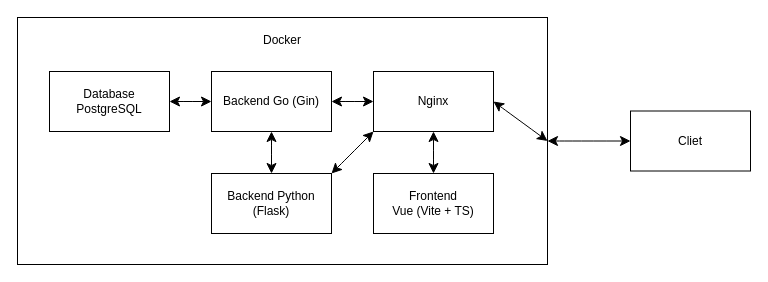
This is docs/Диаграмма компонентов.drawio from LiveisFpv/Go-web, a draw.io file, before an edit. Source tidied: cells renumbered, new cells numbered last; positions are measured from the earlier drawing's top-left corner, leaving out a move shared by most shapes. Both pictures are drawn from the tidied source at 100%, with x=0, y=0 at pixel (17, 17).
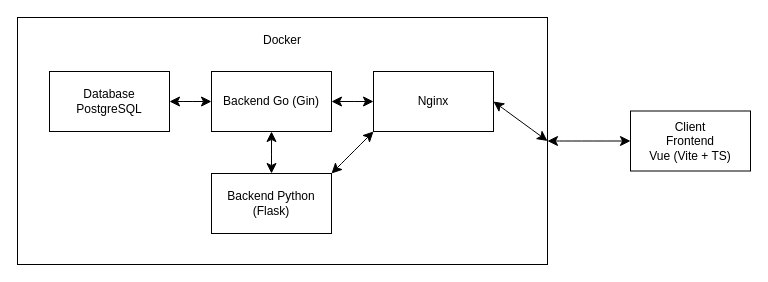
After the change.

Change to the diagram source:
```diff
@@
 <mxGraphModel>
   <root>
     <mxCell id="0" />
     <mxCell id="1" parent="0" />
     <mxCell id="2" style="rounded=0;whiteSpace=wrap;html=1;" parent="1" vertex="1">
       <mxGeometry width="530" height="247" as="geometry" />
     </mxCell>
     <mxCell id="3" value="Database&lt;br&gt;PostgreSQL" style="rounded=0;whiteSpace=wrap;html=1;" parent="1" vertex="1">
       <mxGeometry x="32" y="54" width="120" height="60" as="geometry" />
     </mxCell>
     <mxCell id="4" value="Backend Go (Gin)" style="rounded=0;whiteSpace=wrap;html=1;" parent="1" vertex="1">
       <mxGeometry x="194" y="54" width="120" height="60" as="geometry" />
     </mxCell>
     <mxCell id="5" value="Backend Python (Flask)" style="rounded=0;whiteSpace=wrap;html=1;" parent="1" vertex="1">
       <mxGeometry x="194" y="156" width="120" height="60" as="geometry" />
     </mxCell>
     <mxCell id="6" style="endArrow=classic;startArrow=classic;html=1;rounded=0;fontSize=12;startSize=8;endSize=8;curved=1;exitX=1;exitY=0.5;exitDx=0;exitDy=0;entryX=0;entryY=0.5;entryDx=0;entryDy=0;" parent="1" edge="1" source="3" target="4">
       <mxGeometry relative="1" as="geometry" />
     </mxCell>
     <mxCell id="7" style="endArrow=classic;startArrow=classic;html=1;rounded=0;fontSize=12;startSize=8;endSize=8;curved=1;exitX=0.5;exitY=1;exitDx=0;exitDy=0;entryX=0.5;entryY=0;entryDx=0;entryDy=0;" parent="1" edge="1" source="4" target="5">
       <mxGeometry relative="1" as="geometry" />
     </mxCell>
     <mxCell id="8" value="Nginx" style="rounded=0;whiteSpace=wrap;html=1;" parent="1" vertex="1">
       <mxGeometry x="356" y="54" width="120" height="60" as="geometry" />
     </mxCell>
     <mxCell id="9" style="endArrow=classic;startArrow=classic;html=1;rounded=0;fontSize=12;startSize=8;endSize=8;curved=1;exitX=1;exitY=0.5;exitDx=0;exitDy=0;entryX=0;entryY=0.5;entryDx=0;entryDy=0;" parent="1" edge="1" source="4" target="8">
       <mxGeometry relative="1" as="geometry" />
     </mxCell>
     <mxCell id="10" style="endArrow=classic;startArrow=classic;html=1;rounded=0;fontSize=12;startSize=8;endSize=8;curved=1;exitX=1;exitY=0;exitDx=0;exitDy=0;entryX=0;entryY=1;entryDx=0;entryDy=0;" parent="1" edge="1" source="5" target="8">
       <mxGeometry relative="1" as="geometry" />
     </mxCell>
-    <mxCell id="11" value="Frontend&lt;div&gt;Vue (Vite + TS)&lt;/div&gt;" style="rounded=0;whiteSpace=wrap;html=1;" parent="1" vertex="1">
-      <mxGeometry x="356" y="156" width="120" height="60" as="geometry" />
-    </mxCell>
-    <mxCell id="12" style="endArrow=classic;startArrow=classic;html=1;rounded=0;fontSize=12;startSize=8;endSize=8;curved=1;exitX=0.5;exitY=0;exitDx=0;exitDy=0;entryX=0.5;entryY=1;entryDx=0;entryDy=0;" parent="1" edge="1" source="11" target="8">
-      <mxGeometry relative="1" as="geometry" />
-    </mxCell>
     <mxCell id="13" value="Docker" style="text;html=1;align=center;verticalAlign=middle;whiteSpace=wrap;rounded=0;" parent="1" vertex="1">
       <mxGeometry x="235" y="8" width="60" height="30" as="geometry" />
     </mxCell>
     <mxCell id="14" style="endArrow=classic;startArrow=classic;html=1;rounded=0;fontSize=12;startSize=8;endSize=8;curved=1;exitX=1;exitY=0.5;exitDx=0;exitDy=0;entryX=1;entryY=0.5;entryDx=0;entryDy=0;" parent="1" edge="1" source="8" target="2">
       <mxGeometry relative="1" as="geometry" />
     </mxCell>
-    <mxCell id="15" value="Cliet" style="rounded=0;whiteSpace=wrap;html=1;" parent="1" vertex="1">
+    <mxCell id="15" value="Client&lt;br&gt;Frontend&lt;div&gt;Vue (Vite + TS)&lt;/div&gt;" style="rounded=0;whiteSpace=wrap;html=1;" parent="1" vertex="1">
       <mxGeometry x="613" y="93.5" width="120" height="60" as="geometry" />
     </mxCell>
     <mxCell id="16" style="endArrow=classic;startArrow=classic;html=1;rounded=0;fontSize=12;startSize=8;endSize=8;curved=1;exitX=1;exitY=0.5;exitDx=0;exitDy=0;entryX=0;entryY=0.5;entryDx=0;entryDy=0;" parent="1" edge="1" source="2" target="15">
       <mxGeometry relative="1" as="geometry" />
     </mxCell>
   </root>
 </mxGraphModel>
```
